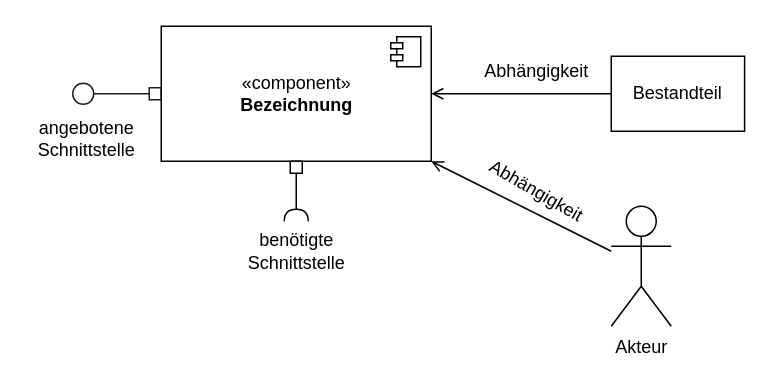
Before: page "Darstellungselemente" (2 of 3) of images/rawimages/Komponentendiagramm.drawio in HerrLoesch/UMLite, a draw.io diagram. Source tidied: cells renumbered, new cells numbered last; positions are measured from the earlier drawing's top-left corner, leaving out a move shared by most shapes. Both pictures are drawn from the tidied source at 150%, with x=0, y=0 at pixel (26, 26).
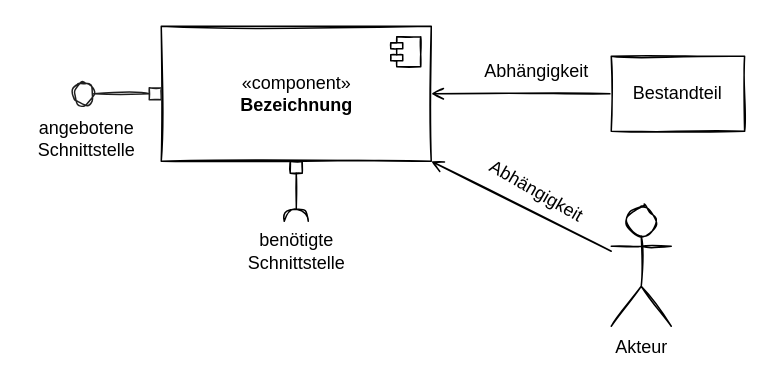
Above is the later version.

Change to the diagram source:
```diff
@@
 <mxGraphModel>
   <root>
     <mxCell id="0" />
     <mxCell id="1" parent="0" />
-    <mxCell id="2" style="edgeStyle=none;rounded=0;jettySize=auto;html=1;startArrow=box;startFill=0;endArrow=circle;endFill=0;strokeColor=#1F1F1F;" parent="1" edge="1" source="3">
+    <mxCell id="2" style="edgeStyle=none;rounded=0;jettySize=auto;html=1;startArrow=box;startFill=0;endArrow=circle;endFill=0;strokeColor=#1F1F1F;sketch=1;" parent="1" edge="1" source="3">
       <mxGeometry relative="1" as="geometry">
         <mxPoint x="30" y="45" as="targetPoint" />
       </mxGeometry>
     </mxCell>
-    <mxCell id="3" value="«component»&lt;br&gt;&lt;b&gt;Bezeichnung&lt;/b&gt;" style="html=1;" parent="1" vertex="1">
+    <mxCell id="3" value="«component»&lt;br&gt;&lt;b&gt;Bezeichnung&lt;/b&gt;" style="html=1;sketch=1;" parent="1" vertex="1">
       <mxGeometry x="90" width="180" height="90" as="geometry" />
     </mxCell>
-    <mxCell id="4" style="shape=module;jettyWidth=8;jettyHeight=4;" parent="3" vertex="1">
+    <mxCell id="4" style="shape=module;jettyWidth=8;jettyHeight=4;sketch=1;" parent="3" vertex="1">
       <mxGeometry x="1" width="20" height="20" relative="1" as="geometry">
         <mxPoint x="-27" y="7" as="offset" />
       </mxGeometry>
     </mxCell>
-    <mxCell id="5" style="edgeStyle=orthogonalEdgeStyle;rounded=0;jettySize=auto;html=1;endArrow=open;endFill=0;" parent="1" edge="1" source="6" target="3">
+    <mxCell id="5" style="edgeStyle=orthogonalEdgeStyle;rounded=0;jettySize=auto;html=1;endArrow=open;endFill=0;sketch=1;" parent="1" edge="1" source="6" target="3">
       <mxGeometry relative="1" as="geometry" />
     </mxCell>
-    <mxCell id="6" value="Bestandteil" style="html=1;" parent="1" vertex="1">
+    <mxCell id="6" value="Bestandteil" style="html=1;sketch=1;" parent="1" vertex="1">
       <mxGeometry x="390" y="20" width="88.9" height="50" as="geometry" />
     </mxCell>
-    <mxCell id="7" value="Abhängigkeit" style="text;html=1;align=center;verticalAlign=middle;strokeColor=none;fillColor=none;" parent="1" vertex="1">
+    <mxCell id="7" value="Abhängigkeit" style="text;html=1;align=center;verticalAlign=middle;strokeColor=none;fillColor=none;sketch=1;" parent="1" vertex="1">
       <mxGeometry x="300" y="20" width="80" height="20" as="geometry" />
     </mxCell>
-    <mxCell id="8" style="rounded=0;jettySize=auto;html=1;entryX=1;entryY=1;entryDx=0;entryDy=0;endArrow=open;endFill=0;" parent="1" edge="1" source="9" target="3">
+    <mxCell id="8" style="rounded=0;jettySize=auto;html=1;entryX=1;entryY=1;entryDx=0;entryDy=0;endArrow=open;endFill=0;sketch=1;" parent="1" edge="1" source="9" target="3">
       <mxGeometry relative="1" as="geometry" />
     </mxCell>
-    <mxCell id="9" value="Akteur" style="shape=umlActor;verticalLabelPosition=bottom;verticalAlign=top;html=1;" parent="1" vertex="1">
+    <mxCell id="9" value="Akteur" style="shape=umlActor;verticalLabelPosition=bottom;verticalAlign=top;html=1;sketch=1;" parent="1" vertex="1">
       <mxGeometry x="390" y="120" width="40" height="80" as="geometry" />
     </mxCell>
-    <mxCell id="10" value="Abhängigkeit" style="text;html=1;align=center;verticalAlign=middle;strokeColor=none;fillColor=none;rotation=30;" parent="1" vertex="1">
+    <mxCell id="10" value="Abhängigkeit" style="text;html=1;align=center;verticalAlign=middle;strokeColor=none;fillColor=none;rotation=30;sketch=1;" parent="1" vertex="1">
       <mxGeometry x="300" y="100" width="80" height="20" as="geometry" />
     </mxCell>
-    <mxCell id="11" style="edgeStyle=none;rounded=0;jettySize=auto;html=1;endArrow=box;endFill=0;startArrow=halfCircle;startFill=0;" parent="1" edge="1" target="3">
+    <mxCell id="11" style="edgeStyle=none;rounded=0;jettySize=auto;html=1;endArrow=box;endFill=0;startArrow=halfCircle;startFill=0;sketch=1;" parent="1" edge="1" target="3">
       <mxGeometry relative="1" as="geometry">
         <mxPoint x="180" y="130" as="sourcePoint" />
       </mxGeometry>
     </mxCell>
-    <mxCell id="12" value="benötigte&lt;br&gt;Schnittstelle" style="text;html=1;align=center;verticalAlign=middle;strokeColor=none;fillColor=none;" parent="1" vertex="1">
+    <mxCell id="12" value="benötigte&lt;br&gt;Schnittstelle" style="text;html=1;align=center;verticalAlign=middle;strokeColor=none;fillColor=none;sketch=1;" parent="1" vertex="1">
       <mxGeometry x="140" y="135" width="80" height="30" as="geometry" />
     </mxCell>
-    <mxCell id="13" value="angebotene&lt;br&gt;Schnittstelle" style="text;html=1;align=center;verticalAlign=middle;strokeColor=none;fillColor=none;" parent="1" vertex="1">
+    <mxCell id="13" value="angebotene&lt;br&gt;Schnittstelle" style="text;html=1;align=center;verticalAlign=middle;strokeColor=none;fillColor=none;sketch=1;" parent="1" vertex="1">
       <mxGeometry y="60" width="80" height="30" as="geometry" />
     </mxCell>
   </root>
 </mxGraphModel>
```
